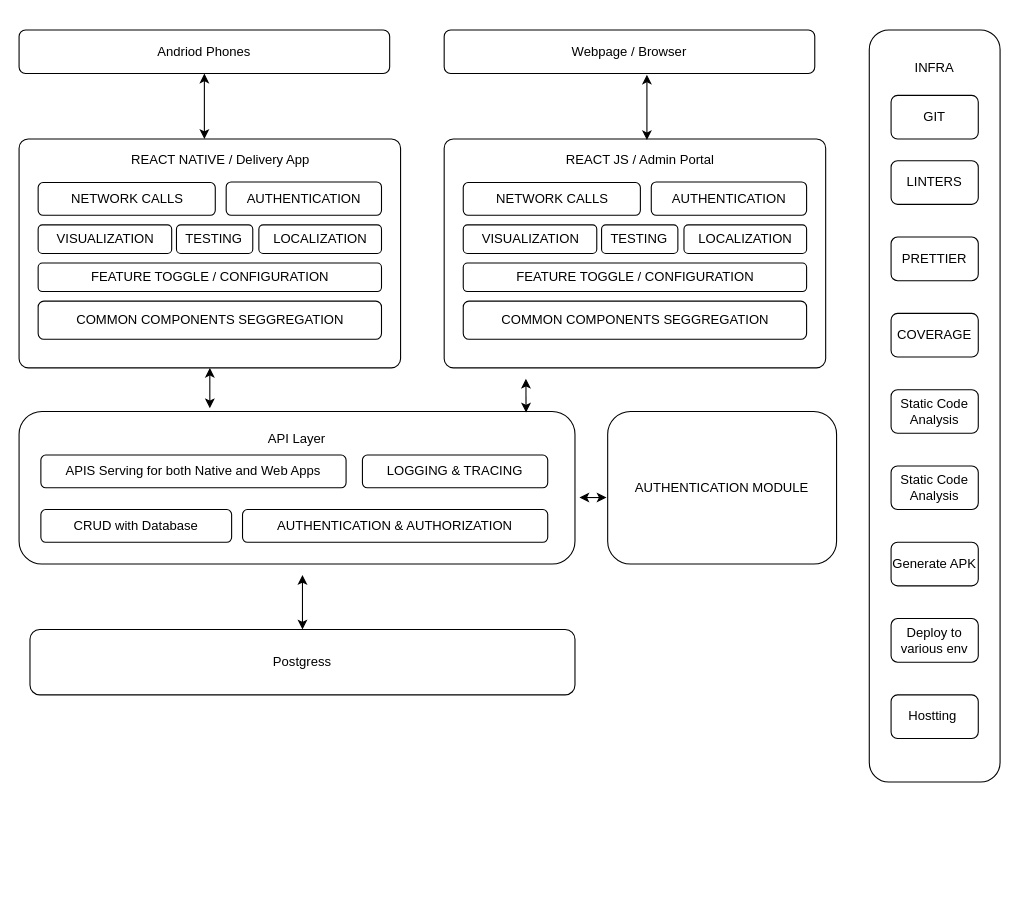
jagatjeevansahoo/draw.io keeps this draw.io diagram as Untitled Diagram.drawio. Above is the earlier version. Source tidied: cells renumbered, new cells numbered last; positions are measured from the earlier drawing's top-left corner, leaving out a move shared by most shapes. Both pictures are drawn from the tidied source at 109%, with x=0, y=0 at pixel (19, 29).
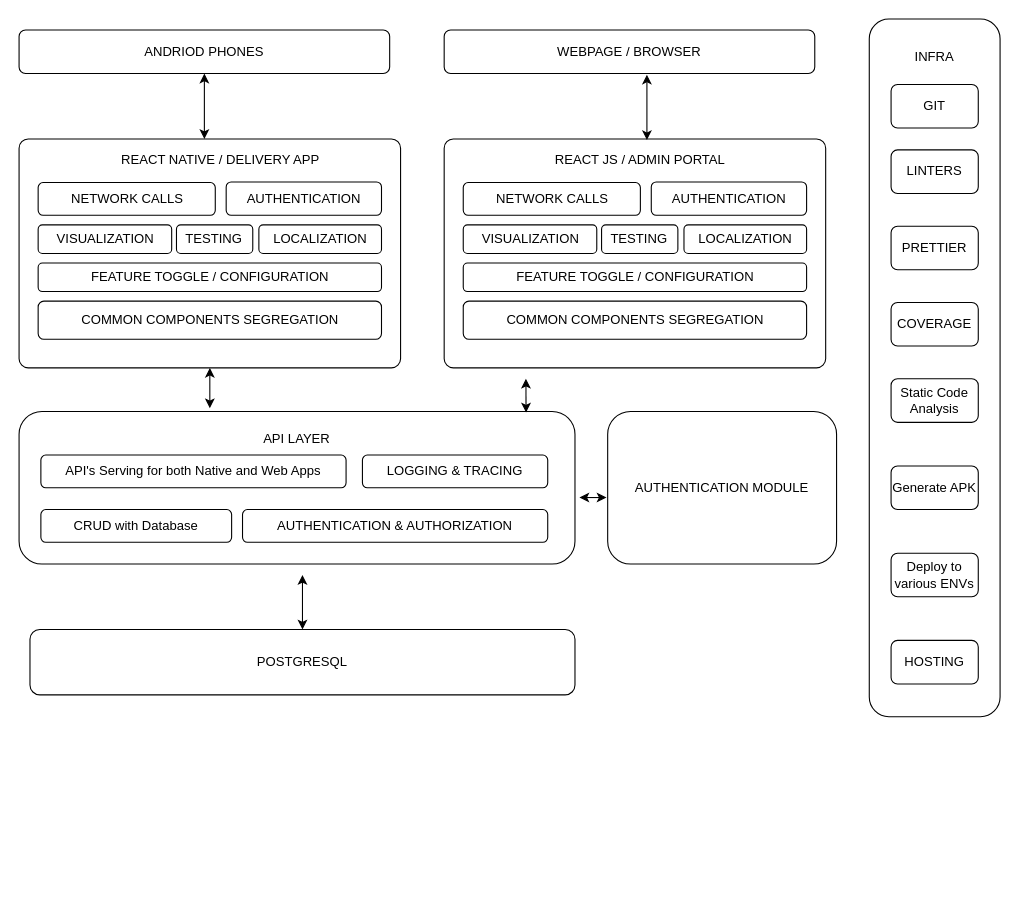
After the change.

Unchanged cells that the change refers to:
```xml
<mxCell id="4" style="group;" parent="1" vertex="1">
  <mxGeometry y="100" width="350" height="210" as="geometry" />
</mxCell>
<mxCell id="27" style="group;" parent="1" vertex="1">
  <mxGeometry x="390" y="100" width="350" height="210" as="geometry" />
</mxCell>
<mxCell id="39" style="group;" parent="1" vertex="1">
  <mxGeometry y="350" width="510" height="140" as="geometry" />
</mxCell>
```

Diff of the diagram source:
```diff
@@
-    <mxCell id="2" value="Andriod Phones" style="rounded=1;whiteSpace=wrap;html=1;" parent="1" vertex="1">
+    <mxCell id="2" value="ANDRIOD PHONES" style="rounded=1;whiteSpace=wrap;html=1;" parent="1" vertex="1">
       <mxGeometry width="340" height="40" as="geometry" />
     </mxCell>
-    <mxCell id="3" value="Postgress" style="rounded=1;whiteSpace=wrap;html=1;" parent="1" vertex="1">
+    <mxCell id="3" value="POSTGRESQL" style="rounded=1;whiteSpace=wrap;html=1;" parent="1" vertex="1">
       <mxGeometry x="10" y="550" width="500" height="60" as="geometry" />
     </mxCell>
@@
-    <mxCell id="6" value="REACT NATIVE / Delivery App" style="text;html=1;align=center;verticalAlign=middle;whiteSpace=wrap;rounded=0;" parent="4" vertex="1">
+    <mxCell id="6" value="REACT NATIVE / DELIVERY APP" style="text;html=1;align=center;verticalAlign=middle;whiteSpace=wrap;rounded=0;" parent="4" vertex="1">
       <mxGeometry x="70" y="6.1" width="230" height="26.2" as="geometry" />
     </mxCell>
@@
-    <mxCell id="8" value="COMMON COMPONENTS SEGGREGATION" style="rounded=1;whiteSpace=wrap;html=1;" parent="4" vertex="1">
+    <mxCell id="8" value="COMMON COMPONENTS SEGREGATION" style="rounded=1;whiteSpace=wrap;html=1;" parent="4" vertex="1">
       <mxGeometry x="17.5" y="148.8" width="315" height="35" as="geometry" />
     </mxCell>
@@
     <mxCell id="14" style="group;" parent="1" vertex="1">
-      <mxGeometry x="780" width="120" height="790" as="geometry" />
+      <mxGeometry x="780" y="-10" width="120" height="790" as="geometry" />
     </mxCell>
     <mxCell id="15" style="rounded=1;whiteSpace=wrap;html=1;" parent="14" vertex="1">
-      <mxGeometry width="120" height="690" as="geometry" />
+      <mxGeometry width="120" height="640" as="geometry" />
     </mxCell>
@@
-    <mxCell id="22" value="Static Code Analysis" style="rounded=1;whiteSpace=wrap;html=1;" parent="14" vertex="1">
-      <mxGeometry x="20" y="400" width="80" height="40" as="geometry" />
-    </mxCell>
     <mxCell id="23" value="Generate APK" style="rounded=1;whiteSpace=wrap;html=1;" parent="14" vertex="1">
-      <mxGeometry x="20" y="470" width="80" height="40" as="geometry" />
+      <mxGeometry x="20" y="410" width="80" height="40" as="geometry" />
     </mxCell>
-    <mxCell id="24" value="Deploy to various env" style="rounded=1;whiteSpace=wrap;html=1;" parent="14" vertex="1">
-      <mxGeometry x="20" y="540" width="80" height="40" as="geometry" />
+    <mxCell id="24" value="Deploy to various ENVs" style="rounded=1;whiteSpace=wrap;html=1;" parent="14" vertex="1">
+      <mxGeometry x="20" y="490" width="80" height="40" as="geometry" />
     </mxCell>
-    <mxCell id="25" value="Hostting&amp;nbsp;" style="rounded=1;whiteSpace=wrap;html=1;" parent="14" vertex="1">
-      <mxGeometry x="20" y="610" width="80" height="40" as="geometry" />
+    <mxCell id="25" value="HOSTING" style="rounded=1;whiteSpace=wrap;html=1;" parent="14" vertex="1">
+      <mxGeometry x="20" y="570" width="80" height="40" as="geometry" />
     </mxCell>
-    <mxCell id="26" value="Webpage / Browser" style="rounded=1;whiteSpace=wrap;html=1;" parent="1" vertex="1">
+    <mxCell id="26" value="WEBPAGE / BROWSER" style="rounded=1;whiteSpace=wrap;html=1;" parent="1" vertex="1">
       <mxGeometry x="390" width="340" height="40" as="geometry" />
     </mxCell>
@@
-    <mxCell id="29" value="REACT JS / Admin Portal" style="text;html=1;align=center;verticalAlign=middle;whiteSpace=wrap;rounded=0;" parent="27" vertex="1">
+    <mxCell id="29" value="REACT JS / ADMIN PORTAL" style="text;html=1;align=center;verticalAlign=middle;whiteSpace=wrap;rounded=0;" parent="27" vertex="1">
       <mxGeometry x="60" y="6.1" width="240" height="26.2" as="geometry" />
     </mxCell>
@@
-    <mxCell id="31" value="COMMON COMPONENTS SEGGREGATION" style="rounded=1;whiteSpace=wrap;html=1;" parent="27" vertex="1">
+    <mxCell id="31" value="COMMON COMPONENTS SEGREGATION" style="rounded=1;whiteSpace=wrap;html=1;" parent="27" vertex="1">
       <mxGeometry x="17.5" y="148.8" width="315" height="35" as="geometry" />
     </mxCell>
@@
-    <mxCell id="43" value="APIS Serving for both Native and Web Apps" style="rounded=1;whiteSpace=wrap;html=1;" parent="39" vertex="1">
+    <mxCell id="43" value="API's Serving for both Native and Web Apps" style="rounded=1;whiteSpace=wrap;html=1;" parent="39" vertex="1">
       <mxGeometry x="20" y="40" width="280" height="30" as="geometry" />
     </mxCell>
-    <mxCell id="44" value="API Layer" style="text;html=1;align=center;verticalAlign=middle;whiteSpace=wrap;rounded=0;" parent="39" vertex="1">
+    <mxCell id="44" value="API LAYER" style="text;html=1;align=center;verticalAlign=middle;whiteSpace=wrap;rounded=0;" parent="39" vertex="1">
       <mxGeometry x="215" y="10" width="80" height="30" as="geometry" />
     </mxCell>
```
